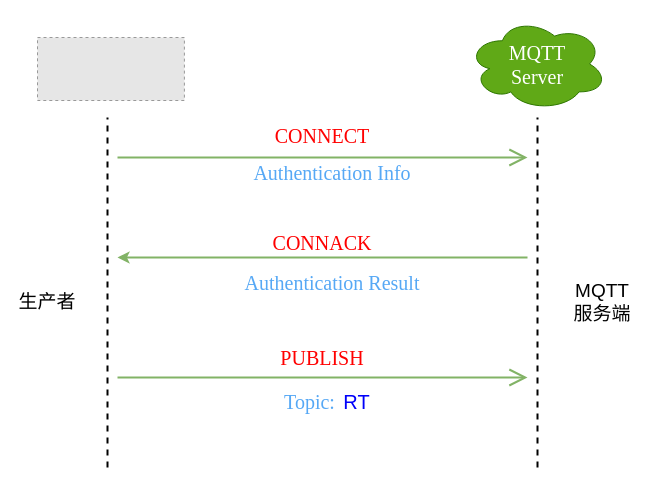
Before: page "第 1 页" (1 of 5) of drawio/mqtt-auth.drawio in raingnight/Blog_Pic, a draw.io diagram. Source tidied: cells renumbered, new cells numbered last; positions are measured from the earlier drawing's top-left corner, leaving out a move shared by most shapes. Both pictures are drawn from the tidied source at 100%, with x=0, y=0 at pixel (17, 17). Pictures stored in the file or linked from it are replaced by grey dashed boxes.
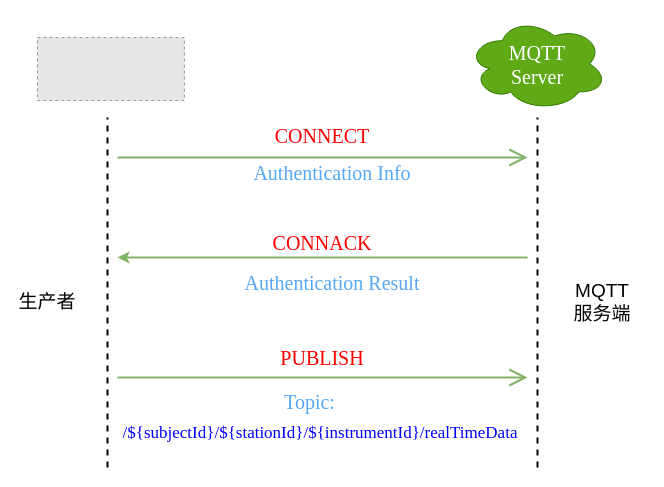
The same diagram, later.

The edit, as a diff of the source:
```diff
@@
-    <mxCell id="17" value="RT" style="text;html=1;strokeColor=none;fillColor=none;align=center;verticalAlign=middle;whiteSpace=wrap;rounded=0;fontSize=20;fontColor=#0000fa;" parent="1" vertex="1">
-      <mxGeometry x="282" y="369" width="115" height="30" as="geometry" />
+    <mxCell id="17" value="&lt;p class=&quot;MsoNormal&quot;&gt;&lt;font style=&quot;font-size: 17px;&quot; face=&quot;Times New Roman&quot;&gt;/${subjectId}/${stationId}/${instrumentId}/realTimeData&lt;/font&gt;&lt;/p&gt;" style="text;html=1;strokeColor=none;fillColor=none;align=center;verticalAlign=middle;whiteSpace=wrap;rounded=0;fontSize=20;fontColor=#0000fa;" parent="1" vertex="1">
+      <mxGeometry x="101" y="399" width="403.5" height="30" as="geometry" />
     </mxCell>
```
